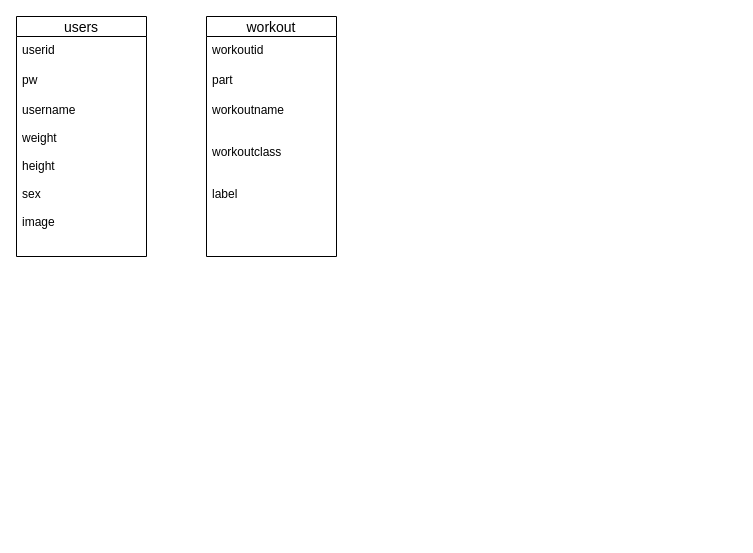
Earlier version of the draw.io diagram Untitled Diagram.drawio (feelwjd/MyPT-Server). Source tidied: cells renumbered, new cells numbered last; positions are measured from the earlier drawing's top-left corner, leaving out a move shared by most shapes. Both pictures are drawn from the tidied source at 100%, with x=0, y=0 at pixel (16, 16).
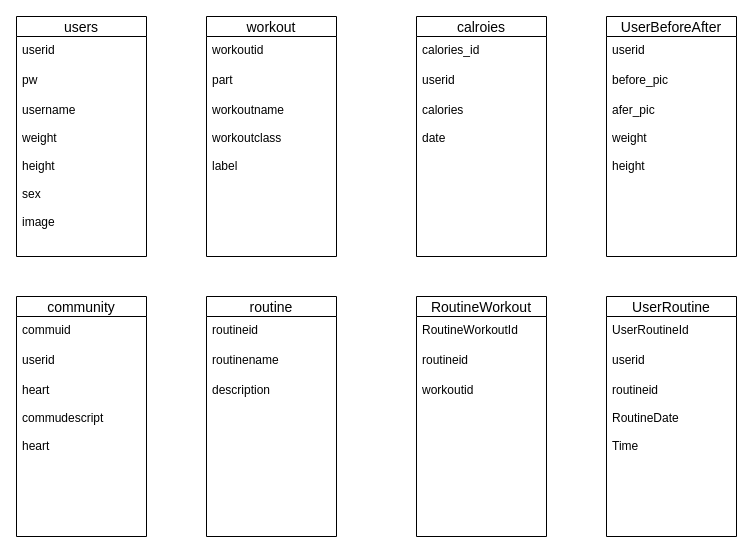
The same diagram, later.

The change refers to these unchanged cells:
```xml
<mxCell id="6" value="workout" style="swimlane;fontStyle=0;horizontal=1;startSize=20;align=center;fontSize=14;" parent="1" vertex="1">
  <mxGeometry x="190" width="130" height="240" as="geometry" />
</mxCell>
```

Diff of the diagram source:
```diff
@@
-    <mxCell id="9" value="workoutname&#10;&#10;&#10;workoutclass&#10;&#10;&#10;label" style="text;strokeColor=none;fillColor=none;spacingLeft=4;spacingRight=4;overflow=hidden;fontSize=12;" parent="6" vertex="1">
+    <mxCell id="9" value="workoutname&#10;&#10;workoutclass&#10;&#10;label" style="text;strokeColor=none;fillColor=none;spacingLeft=4;spacingRight=4;overflow=hidden;fontSize=12;" parent="6" vertex="1">
       <mxGeometry y="80" width="130" height="160" as="geometry" />
     </mxCell>
+    <mxCell id="10" value="calroies" style="swimlane;fontStyle=0;horizontal=1;startSize=20;align=center;fontSize=14;" parent="1" vertex="1">
+      <mxGeometry x="400" width="130" height="240" as="geometry" />
+    </mxCell>
+    <mxCell id="11" value="calories_id" style="text;strokeColor=none;fillColor=none;spacingLeft=4;spacingRight=4;overflow=hidden;fontSize=12;" parent="10" vertex="1">
+      <mxGeometry y="20" width="130" height="30" as="geometry" />
+    </mxCell>
+    <mxCell id="12" value="userid" style="text;strokeColor=none;fillColor=none;spacingLeft=4;spacingRight=4;overflow=hidden;fontSize=12;" parent="10" vertex="1">
+      <mxGeometry y="50" width="130" height="30" as="geometry" />
+    </mxCell>
+    <mxCell id="13" value="calories&#10;&#10;date&#10;" style="text;strokeColor=none;fillColor=none;spacingLeft=4;spacingRight=4;overflow=hidden;fontSize=12;" parent="10" vertex="1">
+      <mxGeometry y="80" width="130" height="160" as="geometry" />
+    </mxCell>
+    <mxCell id="14" value="community" style="swimlane;fontStyle=0;horizontal=1;startSize=20;align=center;fontSize=14;" parent="1" vertex="1">
+      <mxGeometry y="280" width="130" height="240" as="geometry" />
+    </mxCell>
+    <mxCell id="15" value="commuid" style="text;strokeColor=none;fillColor=none;spacingLeft=4;spacingRight=4;overflow=hidden;fontSize=12;" parent="14" vertex="1">
+      <mxGeometry y="20" width="130" height="30" as="geometry" />
+    </mxCell>
+    <mxCell id="16" value="userid&#10;&#10;&#10;" style="text;strokeColor=none;fillColor=none;spacingLeft=4;spacingRight=4;overflow=hidden;fontSize=12;" parent="14" vertex="1">
+      <mxGeometry y="50" width="130" height="30" as="geometry" />
+    </mxCell>
+    <mxCell id="17" value="heart&#10;&#10;commudescript&#10;&#10;heart" style="text;strokeColor=none;fillColor=none;spacingLeft=4;spacingRight=4;overflow=hidden;fontSize=12;" parent="14" vertex="1">
+      <mxGeometry y="80" width="130" height="160" as="geometry" />
+    </mxCell>
+    <mxCell id="18" value="routine" style="swimlane;fontStyle=0;horizontal=1;startSize=20;align=center;fontSize=14;" parent="1" vertex="1">
+      <mxGeometry x="190" y="280" width="130" height="240" as="geometry" />
+    </mxCell>
+    <mxCell id="19" value="routineid" style="text;strokeColor=none;fillColor=none;spacingLeft=4;spacingRight=4;overflow=hidden;fontSize=12;" parent="18" vertex="1">
+      <mxGeometry y="20" width="130" height="30" as="geometry" />
+    </mxCell>
+    <mxCell id="20" value="routinename" style="text;strokeColor=none;fillColor=none;spacingLeft=4;spacingRight=4;overflow=hidden;fontSize=12;" parent="18" vertex="1">
+      <mxGeometry y="50" width="130" height="30" as="geometry" />
+    </mxCell>
+    <mxCell id="21" value="description" style="text;strokeColor=none;fillColor=none;spacingLeft=4;spacingRight=4;overflow=hidden;fontSize=12;" parent="18" vertex="1">
+      <mxGeometry y="80" width="130" height="160" as="geometry" />
+    </mxCell>
+    <mxCell id="22" value="RoutineWorkout" style="swimlane;fontStyle=0;horizontal=1;startSize=20;align=center;fontSize=14;" parent="1" vertex="1">
+      <mxGeometry x="400" y="280" width="130" height="240" as="geometry" />
+    </mxCell>
+    <mxCell id="23" value="RoutineWorkoutId" style="text;strokeColor=none;fillColor=none;spacingLeft=4;spacingRight=4;overflow=hidden;fontSize=12;" parent="22" vertex="1">
+      <mxGeometry y="20" width="130" height="30" as="geometry" />
+    </mxCell>
+    <mxCell id="24" value="routineid" style="text;strokeColor=none;fillColor=none;spacingLeft=4;spacingRight=4;overflow=hidden;fontSize=12;" parent="22" vertex="1">
+      <mxGeometry y="50" width="130" height="30" as="geometry" />
+    </mxCell>
+    <mxCell id="25" value="workoutid" style="text;strokeColor=none;fillColor=none;spacingLeft=4;spacingRight=4;overflow=hidden;fontSize=12;" parent="22" vertex="1">
+      <mxGeometry y="80" width="130" height="160" as="geometry" />
+    </mxCell>
+    <mxCell id="26" value="UserBeforeAfter" style="swimlane;fontStyle=0;horizontal=1;startSize=20;align=center;fontSize=14;" parent="1" vertex="1">
+      <mxGeometry x="590" width="130" height="240" as="geometry" />
+    </mxCell>
+    <mxCell id="27" value="userid" style="text;strokeColor=none;fillColor=none;spacingLeft=4;spacingRight=4;overflow=hidden;fontSize=12;" parent="26" vertex="1">
+      <mxGeometry y="20" width="130" height="30" as="geometry" />
+    </mxCell>
+    <mxCell id="28" value="before_pic" style="text;strokeColor=none;fillColor=none;spacingLeft=4;spacingRight=4;overflow=hidden;fontSize=12;" parent="26" vertex="1">
+      <mxGeometry y="50" width="130" height="30" as="geometry" />
+    </mxCell>
+    <mxCell id="29" value="afer_pic&#10;&#10;weight&#10;&#10;height&#10;" style="text;strokeColor=none;fillColor=none;spacingLeft=4;spacingRight=4;overflow=hidden;fontSize=12;" parent="26" vertex="1">
+      <mxGeometry y="80" width="130" height="160" as="geometry" />
+    </mxCell>
+    <mxCell id="30" value="UserRoutine" style="swimlane;fontStyle=0;horizontal=1;startSize=20;align=center;fontSize=14;" parent="1" vertex="1">
+      <mxGeometry x="590" y="280" width="130" height="240" as="geometry" />
+    </mxCell>
+    <mxCell id="31" value="UserRoutineId" style="text;strokeColor=none;fillColor=none;spacingLeft=4;spacingRight=4;overflow=hidden;fontSize=12;" parent="30" vertex="1">
+      <mxGeometry y="20" width="130" height="30" as="geometry" />
+    </mxCell>
+    <mxCell id="32" value="userid" style="text;strokeColor=none;fillColor=none;spacingLeft=4;spacingRight=4;overflow=hidden;fontSize=12;" parent="30" vertex="1">
+      <mxGeometry y="50" width="130" height="30" as="geometry" />
+    </mxCell>
+    <mxCell id="33" value="routineid&#10;&#10;RoutineDate&#10;&#10;Time" style="text;strokeColor=none;fillColor=none;spacingLeft=4;spacingRight=4;overflow=hidden;fontSize=12;" parent="30" vertex="1">
+      <mxGeometry y="80" width="130" height="160" as="geometry" />
+    </mxCell>
```
